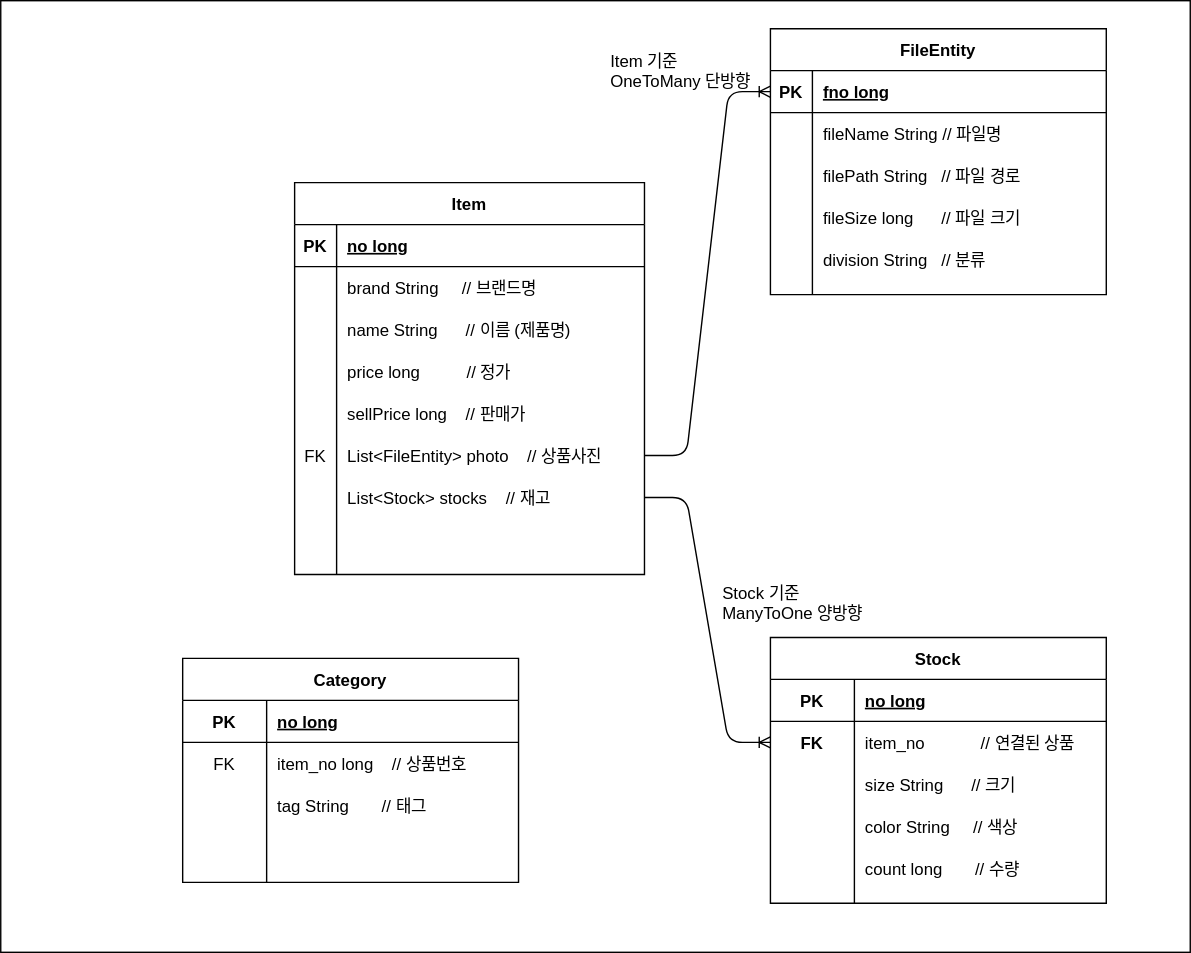
This is mydb.svg from leesj8115/CloneProject, a draw.io export, as it was before one commit. Source tidied: cells renumbered, new cells last; positions are measured from the earlier drawing's top-left corner, leaving out a move shared by most shapes.
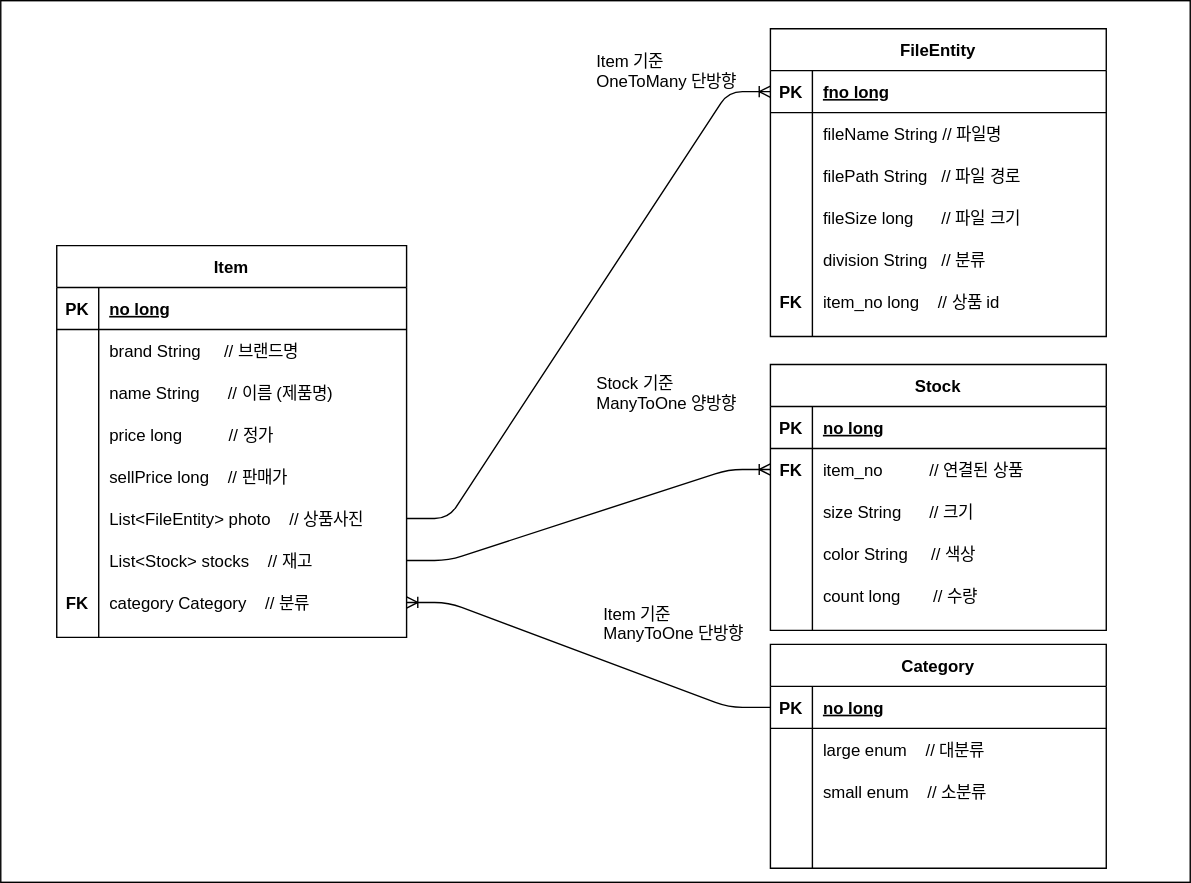
Later version of the same file.

What changed in the source:
```diff
@@ -2,11 +2,11 @@
   <root>
     <mxCell id="0" />
     <mxCell id="1" parent="0" />
-    <mxCell id="2" style="rounded=0;whiteSpace=wrap;html=1;" parent="1" vertex="1">
-      <mxGeometry width="850" height="680" as="geometry" />
-    </mxCell>
+    <mxCell id="77" style="rounded=0;whiteSpace=wrap;html=1;" parent="1" vertex="1">
+      <mxGeometry width="850" height="630" as="geometry" />
+    </mxCell>
     <mxCell id="3" value="Item" style="shape=table;startSize=30;rowLines=0;fontStyle=1;align=center;" parent="1" vertex="1">
-      <mxGeometry x="210" y="130" width="250" height="280" as="geometry" />
+      <mxGeometry x="40" y="175" width="250" height="280" as="geometry" />
     </mxCell>
     <mxCell id="4" style="shape=partialRectangle;fillColor=none;top=0;left=0;right=0;bottom=1;" parent="3" vertex="1">
       <mxGeometry y="30" width="250" height="30" as="geometry" />
@@ -56,7 +56,7 @@
     <mxCell id="19" style="shape=partialRectangle;fillColor=none;points=[[0,0.5],[1,0.5]];portConstraint=eastwest;top=0;left=0;right=0;bottom=0;" parent="3" vertex="1">
       <mxGeometry y="180" width="250" height="30" as="geometry" />
     </mxCell>
-    <mxCell id="20" value="FK" style="shape=partialRectangle;overflow=hidden;fillColor=none;top=0;left=0;bottom=0;right=0;" parent="19" vertex="1">
+    <mxCell id="20" style="shape=partialRectangle;overflow=hidden;fillColor=none;top=0;left=0;bottom=0;right=0;fontStyle=1;" parent="19" vertex="1">
       <mxGeometry width="30" height="30" as="geometry" />
     </mxCell>
     <mxCell id="21" value="List&lt;FileEntity&gt; photo    // 상품사진" style="shape=partialRectangle;overflow=hidden;fillColor=none;top=0;left=0;bottom=0;right=0;align=left;spacingLeft=6;" parent="19" vertex="1">
@@ -74,14 +74,14 @@
     <mxCell id="25" style="shape=partialRectangle;fillColor=none;points=[[0,0.5],[1,0.5]];portConstraint=eastwest;top=0;left=0;right=0;bottom=0;" parent="3" vertex="1">
       <mxGeometry y="240" width="250" height="30" as="geometry" />
     </mxCell>
-    <mxCell id="26" style="shape=partialRectangle;overflow=hidden;fillColor=none;top=0;left=0;bottom=0;right=0;fontStyle=1;" parent="25" vertex="1">
+    <mxCell id="26" value="FK" style="shape=partialRectangle;overflow=hidden;fillColor=none;top=0;left=0;bottom=0;right=0;fontStyle=1;" parent="25" vertex="1">
       <mxGeometry width="30" height="30" as="geometry" />
     </mxCell>
-    <mxCell id="27" style="shape=partialRectangle;overflow=hidden;fillColor=none;top=0;left=0;bottom=0;right=0;align=left;spacingLeft=6;" parent="25" vertex="1">
+    <mxCell id="27" value="category Category    // 분류" style="shape=partialRectangle;overflow=hidden;fillColor=none;top=0;left=0;bottom=0;right=0;align=left;spacingLeft=6;" parent="25" vertex="1">
       <mxGeometry x="30" width="220" height="30" as="geometry" />
     </mxCell>
     <mxCell id="28" value="FileEntity" style="shape=table;startSize=30;rowLines=0;fontStyle=1;align=center;" parent="1" vertex="1">
-      <mxGeometry x="550" y="20" width="240" height="190" as="geometry" />
+      <mxGeometry x="550" y="20" width="240" height="220" as="geometry" />
     </mxCell>
     <mxCell id="29" style="shape=partialRectangle;fillColor=none;top=0;left=0;bottom=1;right=0;points=[[0,0.5],[1,0.5]];portConstraint=eastwest;" parent="28" vertex="1">
       <mxGeometry y="30" width="240" height="30" as="geometry" />
@@ -128,104 +128,119 @@
     <mxCell id="43" value="division String   // 분류" style="shape=partialRectangle;fillColor=none;top=0;left=0;bottom=0;right=0;align=left;spacingLeft=6;overflow=hidden;" parent="41" vertex="1">
       <mxGeometry x="30" width="210" height="30" as="geometry" />
     </mxCell>
+    <mxCell id="78" style="shape=partialRectangle;fillColor=none;top=0;left=0;bottom=0;right=0;" parent="28" vertex="1">
+      <mxGeometry y="180" width="240" height="30" as="geometry" />
+    </mxCell>
+    <mxCell id="79" value="FK" style="shape=partialRectangle;fillColor=none;top=0;left=0;bottom=0;right=0;overflow=hidden;fontStyle=1;" parent="78" vertex="1">
+      <mxGeometry width="30" height="30" as="geometry" />
+    </mxCell>
+    <mxCell id="80" value="item_no long    // 상품 id" style="shape=partialRectangle;fillColor=none;top=0;left=0;bottom=0;right=0;align=left;spacingLeft=6;overflow=hidden;" parent="78" vertex="1">
+      <mxGeometry x="30" width="210" height="30" as="geometry" />
+    </mxCell>
     <mxCell id="44" value="Stock" style="shape=table;startSize=30;rowLines=0;fontStyle=1;align=center;" parent="1" vertex="1">
-      <mxGeometry x="550" y="455" width="240" height="190" as="geometry" />
+      <mxGeometry x="550" y="260" width="240" height="190" as="geometry" />
     </mxCell>
     <mxCell id="45" style="shape=partialRectangle;fillColor=none;top=0;left=0;bottom=1;right=0;" parent="44" vertex="1">
       <mxGeometry y="30" width="240" height="30" as="geometry" />
     </mxCell>
     <mxCell id="46" value="PK" style="shape=partialRectangle;fillColor=none;top=0;left=0;bottom=0;right=0;fontStyle=1;overflow=hidden;" parent="45" vertex="1">
-      <mxGeometry width="60" height="30" as="geometry" />
+      <mxGeometry width="30" height="30" as="geometry" />
     </mxCell>
     <mxCell id="47" value="no long" style="shape=partialRectangle;fillColor=none;top=0;left=0;bottom=0;right=0;align=left;spacingLeft=6;fontStyle=5;overflow=hidden;" parent="45" vertex="1">
-      <mxGeometry x="60" width="180" height="30" as="geometry" />
+      <mxGeometry x="30" width="210" height="30" as="geometry" />
     </mxCell>
     <mxCell id="48" style="shape=partialRectangle;fillColor=none;top=0;left=0;bottom=0;right=0;points=[[0,0.5],[1,0.5]];portConstraint=eastwest;" parent="44" vertex="1">
       <mxGeometry y="60" width="240" height="30" as="geometry" />
     </mxCell>
     <mxCell id="49" value="FK" style="shape=partialRectangle;fillColor=none;top=0;left=0;bottom=0;right=0;overflow=hidden;fontStyle=1;" parent="48" vertex="1">
-      <mxGeometry width="60" height="30" as="geometry" />
+      <mxGeometry width="30" height="30" as="geometry" />
     </mxCell>
-    <mxCell id="50" value="item_no            // 연결된 상품" style="shape=partialRectangle;fillColor=none;top=0;left=0;bottom=0;right=0;align=left;spacingLeft=6;overflow=hidden;" parent="48" vertex="1">
-      <mxGeometry x="60" width="180" height="30" as="geometry" />
+    <mxCell id="50" value="item_no          // 연결된 상품" style="shape=partialRectangle;fillColor=none;top=0;left=0;bottom=0;right=0;align=left;spacingLeft=6;overflow=hidden;" parent="48" vertex="1">
+      <mxGeometry x="30" width="210" height="30" as="geometry" />
     </mxCell>
     <mxCell id="51" style="shape=partialRectangle;fillColor=none;top=0;left=0;bottom=0;right=0;" parent="44" vertex="1">
       <mxGeometry y="90" width="240" height="30" as="geometry" />
     </mxCell>
     <mxCell id="52" style="shape=partialRectangle;fillColor=none;top=0;left=0;bottom=0;right=0;overflow=hidden;" parent="51" vertex="1">
-      <mxGeometry width="60" height="30" as="geometry" />
+      <mxGeometry width="30" height="30" as="geometry" />
     </mxCell>
     <mxCell id="53" value="size String      // 크기" style="shape=partialRectangle;fillColor=none;top=0;left=0;bottom=0;right=0;align=left;spacingLeft=6;overflow=hidden;" parent="51" vertex="1">
-      <mxGeometry x="60" width="180" height="30" as="geometry" />
+      <mxGeometry x="30" width="210" height="30" as="geometry" />
     </mxCell>
     <mxCell id="54" style="shape=partialRectangle;fillColor=none;top=0;left=0;bottom=0;right=0;" parent="44" vertex="1">
       <mxGeometry y="120" width="240" height="30" as="geometry" />
     </mxCell>
     <mxCell id="55" style="shape=partialRectangle;fillColor=none;top=0;left=0;bottom=0;right=0;overflow=hidden;" parent="54" vertex="1">
-      <mxGeometry width="60" height="30" as="geometry" />
+      <mxGeometry width="30" height="30" as="geometry" />
     </mxCell>
     <mxCell id="56" value="color String     // 색상" style="shape=partialRectangle;fillColor=none;top=0;left=0;bottom=0;right=0;align=left;spacingLeft=6;overflow=hidden;" parent="54" vertex="1">
-      <mxGeometry x="60" width="180" height="30" as="geometry" />
+      <mxGeometry x="30" width="210" height="30" as="geometry" />
     </mxCell>
     <mxCell id="57" style="shape=partialRectangle;fillColor=none;top=0;left=0;bottom=0;right=0;" parent="44" vertex="1">
       <mxGeometry y="150" width="240" height="30" as="geometry" />
     </mxCell>
     <mxCell id="58" style="shape=partialRectangle;fillColor=none;top=0;left=0;bottom=0;right=0;overflow=hidden;" parent="57" vertex="1">
-      <mxGeometry width="60" height="30" as="geometry" />
+      <mxGeometry width="30" height="30" as="geometry" />
     </mxCell>
     <mxCell id="59" value="count long       // 수량" style="shape=partialRectangle;fillColor=none;top=0;left=0;bottom=0;right=0;align=left;spacingLeft=6;overflow=hidden;" parent="57" vertex="1">
-      <mxGeometry x="60" width="180" height="30" as="geometry" />
+      <mxGeometry x="30" width="210" height="30" as="geometry" />
     </mxCell>
     <mxCell id="60" value="Category" style="shape=table;startSize=30;rowLines=0;fontStyle=1;align=center;" parent="1" vertex="1">
-      <mxGeometry x="130" y="470" width="240" height="160" as="geometry" />
+      <mxGeometry x="550" y="460" width="240" height="160" as="geometry" />
     </mxCell>
     <mxCell id="61" style="shape=partialRectangle;fillColor=none;top=0;left=0;bottom=1;right=0;points=[[0,0.5],[1,0.5]];portConstraint=eastwest;" parent="60" vertex="1">
       <mxGeometry y="30" width="240" height="30" as="geometry" />
     </mxCell>
     <mxCell id="62" value="PK" style="shape=partialRectangle;fillColor=none;top=0;left=0;bottom=0;right=0;fontStyle=1;overflow=hidden;" parent="61" vertex="1">
-      <mxGeometry width="60" height="30" as="geometry" />
+      <mxGeometry width="30" height="30" as="geometry" />
     </mxCell>
     <mxCell id="63" value="no long" style="shape=partialRectangle;fillColor=none;top=0;left=0;bottom=0;right=0;align=left;spacingLeft=6;fontStyle=5;overflow=hidden;" parent="61" vertex="1">
-      <mxGeometry x="60" width="180" height="30" as="geometry" />
+      <mxGeometry x="30" width="210" height="30" as="geometry" />
     </mxCell>
     <mxCell id="64" style="shape=partialRectangle;fillColor=none;top=0;left=0;bottom=0;right=0;" parent="60" vertex="1">
       <mxGeometry y="60" width="240" height="30" as="geometry" />
     </mxCell>
-    <mxCell id="65" value="FK" style="shape=partialRectangle;fillColor=none;top=0;left=0;bottom=0;right=0;overflow=hidden;" parent="64" vertex="1">
-      <mxGeometry width="60" height="30" as="geometry" />
+    <mxCell id="65" style="shape=partialRectangle;fillColor=none;top=0;left=0;bottom=0;right=0;overflow=hidden;" parent="64" vertex="1">
+      <mxGeometry width="30" height="30" as="geometry" />
     </mxCell>
-    <mxCell id="66" value="item_no long    // 상품번호" style="shape=partialRectangle;fillColor=none;top=0;left=0;bottom=0;right=0;align=left;spacingLeft=6;overflow=hidden;" parent="64" vertex="1">
-      <mxGeometry x="60" width="180" height="30" as="geometry" />
+    <mxCell id="66" value="large enum    // 대분류" style="shape=partialRectangle;fillColor=none;top=0;left=0;bottom=0;right=0;align=left;spacingLeft=6;overflow=hidden;" parent="64" vertex="1">
+      <mxGeometry x="30" width="210" height="30" as="geometry" />
     </mxCell>
     <mxCell id="67" style="shape=partialRectangle;fillColor=none;top=0;left=0;bottom=0;right=0;" parent="60" vertex="1">
       <mxGeometry y="90" width="240" height="30" as="geometry" />
     </mxCell>
     <mxCell id="68" style="shape=partialRectangle;fillColor=none;top=0;left=0;bottom=0;right=0;overflow=hidden;" parent="67" vertex="1">
-      <mxGeometry width="60" height="30" as="geometry" />
+      <mxGeometry width="30" height="30" as="geometry" />
     </mxCell>
-    <mxCell id="69" value="tag String       // 태그" style="shape=partialRectangle;fillColor=none;top=0;left=0;bottom=0;right=0;align=left;spacingLeft=6;overflow=hidden;" parent="67" vertex="1">
-      <mxGeometry x="60" width="180" height="30" as="geometry" />
+    <mxCell id="69" value="small enum    // 소분류" style="shape=partialRectangle;fillColor=none;top=0;left=0;bottom=0;right=0;align=left;spacingLeft=6;overflow=hidden;" parent="67" vertex="1">
+      <mxGeometry x="30" width="210" height="30" as="geometry" />
     </mxCell>
     <mxCell id="70" style="shape=partialRectangle;fillColor=none;top=0;left=0;bottom=0;right=0;" parent="60" vertex="1">
       <mxGeometry y="120" width="240" height="30" as="geometry" />
     </mxCell>
     <mxCell id="71" style="shape=partialRectangle;fillColor=none;top=0;left=0;bottom=0;right=0;overflow=hidden;" parent="70" vertex="1">
-      <mxGeometry width="60" height="30" as="geometry" />
+      <mxGeometry width="30" height="30" as="geometry" />
     </mxCell>
     <mxCell id="72" style="shape=partialRectangle;fillColor=none;top=0;left=0;bottom=0;right=0;align=left;spacingLeft=6;overflow=hidden;" parent="70" vertex="1">
-      <mxGeometry x="60" width="180" height="30" as="geometry" />
+      <mxGeometry x="30" width="210" height="30" as="geometry" />
     </mxCell>
     <mxCell id="73" style="edgeStyle=entityRelationEdgeStyle;fontSize=12;html=1;endArrow=ERoneToMany;entryX=0;entryY=0.5;entryDx=0;entryDy=0;exitX=1;exitY=0.5;exitDx=0;exitDy=0;" parent="1" edge="1" source="19" target="29">
       <mxGeometry relative="1" as="geometry" />
     </mxCell>
     <mxCell id="74" value="Item 기준&#10;OneToMany 단방향" style="text;strokeColor=none;fillColor=none;spacingLeft=4;spacingRight=4;overflow=hidden;fontSize=12;" parent="1" vertex="1">
-      <mxGeometry x="430" y="30" width="120" height="30" as="geometry" />
+      <mxGeometry x="420" y="30" width="120" height="30" as="geometry" />
     </mxCell>
     <mxCell id="75" style="edgeStyle=entityRelationEdgeStyle;fontSize=12;html=1;endArrow=ERoneToMany;exitX=1;exitY=0.5;exitDx=0;exitDy=0;entryX=0;entryY=0.5;entryDx=0;entryDy=0;" parent="1" edge="1" source="22" target="48">
       <mxGeometry relative="1" as="geometry" />
     </mxCell>
     <mxCell id="76" value="Stock 기준&#10;ManyToOne 양방향" style="text;strokeColor=none;fillColor=none;spacingLeft=4;spacingRight=4;overflow=hidden;fontSize=12;" parent="1" vertex="1">
-      <mxGeometry x="510" y="410" width="120" height="30" as="geometry" />
+      <mxGeometry x="420" y="260" width="120" height="30" as="geometry" />
     </mxCell>
+    <mxCell id="81" style="edgeStyle=entityRelationEdgeStyle;fontSize=12;html=1;endArrow=ERoneToMany;exitX=0;exitY=0.5;exitDx=0;exitDy=0;entryX=1;entryY=0.5;entryDx=0;entryDy=0;" parent="1" edge="1" source="61" target="25">
+      <mxGeometry relative="1" as="geometry" />
+    </mxCell>
+    <mxCell id="82" value="Item 기준&#10;ManyToOne 단방향" style="text;strokeColor=none;fillColor=none;spacingLeft=4;spacingRight=4;overflow=hidden;fontSize=12;" parent="1" vertex="1">
+      <mxGeometry x="425" y="425" width="120" height="30" as="geometry" />
+    </mxCell>
   </root>
 </mxGraphModel>
```
